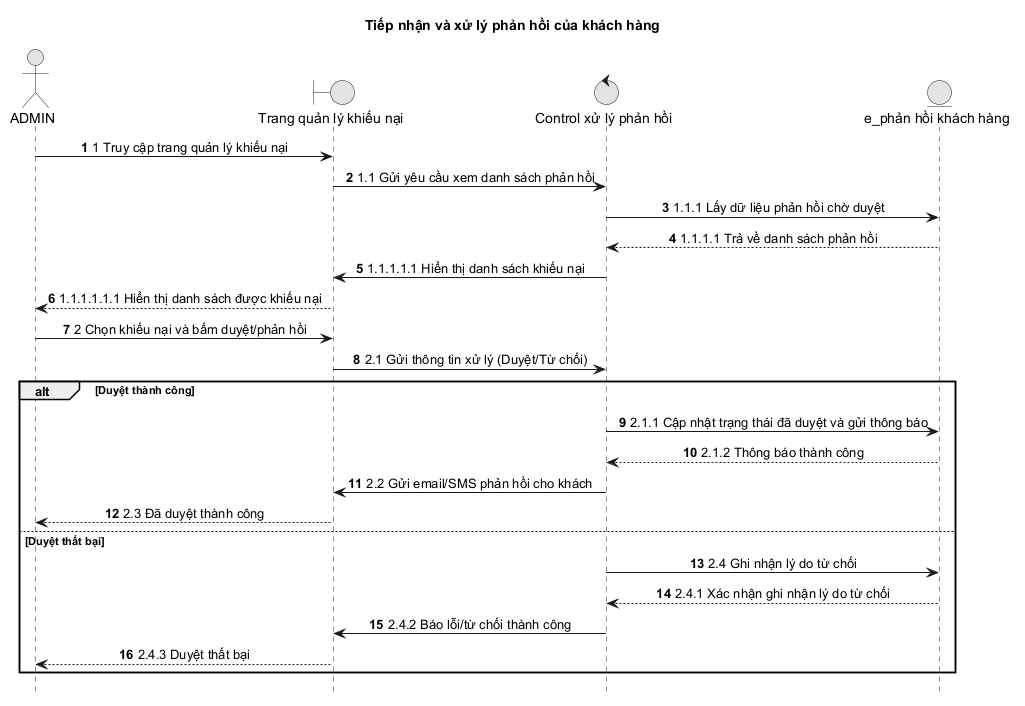
Before: docs/diagrams/sequence-new/admin/01-feedback-handling.png, a diagram exported from PlantUML (duygri/do-an-htttdn-crm). The source it was exported from:
```plantuml
@startuml
title Tiếp nhận và xử lý phản hồi của khách hàng

autonumber
hide footbox
skinparam monochrome true
skinparam sequenceMessageAlign center
skinparam responseMessageBelowArrow true
actor ADMIN as Admin
boundary "Trang quản lý khiếu nại" as Boundary
control "Control xử lý phản hồi" as Control
entity "e_phản hồi khách hàng" as Entity

Admin -> Boundary: 1 Truy cập trang quản lý khiếu nại
Boundary -> Control: 1.1 Gửi yêu cầu xem danh sách phản hồi
Control -> Entity: 1.1.1 Lấy dữ liệu phản hồi chờ duyệt
Entity --> Control: 1.1.1.1 Trả về danh sách phản hồi
Control -> Boundary: 1.1.1.1.1 Hiển thị danh sách khiếu nại
Boundary --> Admin: 1.1.1.1.1.1 Hiển thị danh sách được khiếu nại

Admin -> Boundary: 2 Chọn khiếu nại và bấm duyệt/phản hồi
Boundary -> Control: 2.1 Gửi thông tin xử lý (Duyệt/Từ chối)

alt Duyệt thành công
  Control -> Entity: 2.1.1 Cập nhật trạng thái đã duyệt và gửi thông báo
  Entity --> Control: 2.1.2 Thông báo thành công
  Control -> Boundary: 2.2 Gửi email/SMS phản hồi cho khách
  Boundary --> Admin: 2.3 Đã duyệt thành công
else Duyệt thất bại
  Control -> Entity: 2.4 Ghi nhận lý do từ chối
  Entity --> Control: 2.4.1 Xác nhận ghi nhận lý do từ chối
  Control -> Boundary: 2.4.2 Báo lỗi/từ chối thành công
  Boundary --> Admin: 2.4.3 Duyệt thất bại
end
@enduml
```
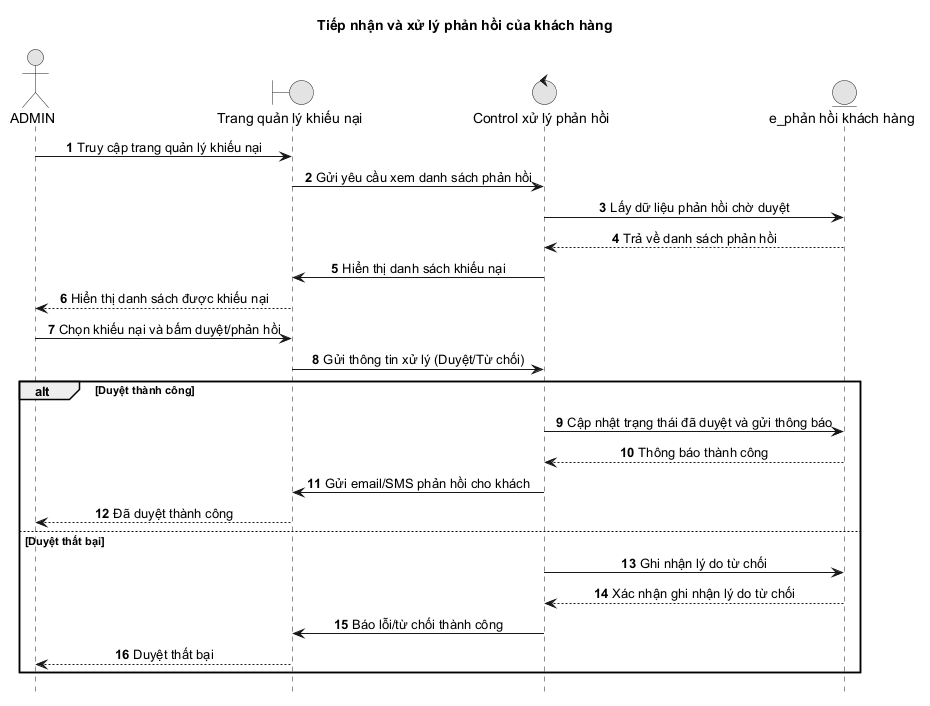
Above is the later version.

What changed in the source:
```diff
@@ -11,25 +11,25 @@
 control "Control xử lý phản hồi" as Control
 entity "e_phản hồi khách hàng" as Entity
 
-Admin -> Boundary: 1 Truy cập trang quản lý khiếu nại
-Boundary -> Control: 1.1 Gửi yêu cầu xem danh sách phản hồi
-Control -> Entity: 1.1.1 Lấy dữ liệu phản hồi chờ duyệt
-Entity --> Control: 1.1.1.1 Trả về danh sách phản hồi
-Control -> Boundary: 1.1.1.1.1 Hiển thị danh sách khiếu nại
-Boundary --> Admin: 1.1.1.1.1.1 Hiển thị danh sách được khiếu nại
+Admin -> Boundary: Truy cập trang quản lý khiếu nại
+Boundary -> Control: Gửi yêu cầu xem danh sách phản hồi
+Control -> Entity: Lấy dữ liệu phản hồi chờ duyệt
+Entity --> Control: Trả về danh sách phản hồi
+Control -> Boundary: Hiển thị danh sách khiếu nại
+Boundary --> Admin: Hiển thị danh sách được khiếu nại
 
-Admin -> Boundary: 2 Chọn khiếu nại và bấm duyệt/phản hồi
-Boundary -> Control: 2.1 Gửi thông tin xử lý (Duyệt/Từ chối)
+Admin -> Boundary: Chọn khiếu nại và bấm duyệt/phản hồi
+Boundary -> Control: Gửi thông tin xử lý (Duyệt/Từ chối)
 
 alt Duyệt thành công
-  Control -> Entity: 2.1.1 Cập nhật trạng thái đã duyệt và gửi thông báo
-  Entity --> Control: 2.1.2 Thông báo thành công
-  Control -> Boundary: 2.2 Gửi email/SMS phản hồi cho khách
-  Boundary --> Admin: 2.3 Đã duyệt thành công
+  Control -> Entity: Cập nhật trạng thái đã duyệt và gửi thông báo
+  Entity --> Control: Thông báo thành công
+  Control -> Boundary: Gửi email/SMS phản hồi cho khách
+  Boundary --> Admin: Đã duyệt thành công
 else Duyệt thất bại
-  Control -> Entity: 2.4 Ghi nhận lý do từ chối
-  Entity --> Control: 2.4.1 Xác nhận ghi nhận lý do từ chối
-  Control -> Boundary: 2.4.2 Báo lỗi/từ chối thành công
-  Boundary --> Admin: 2.4.3 Duyệt thất bại
+  Control -> Entity: Ghi nhận lý do từ chối
+  Entity --> Control: Xác nhận ghi nhận lý do từ chối
+  Control -> Boundary: Báo lỗi/từ chối thành công
+  Boundary --> Admin: Duyệt thất bại
 end
 @enduml
```
